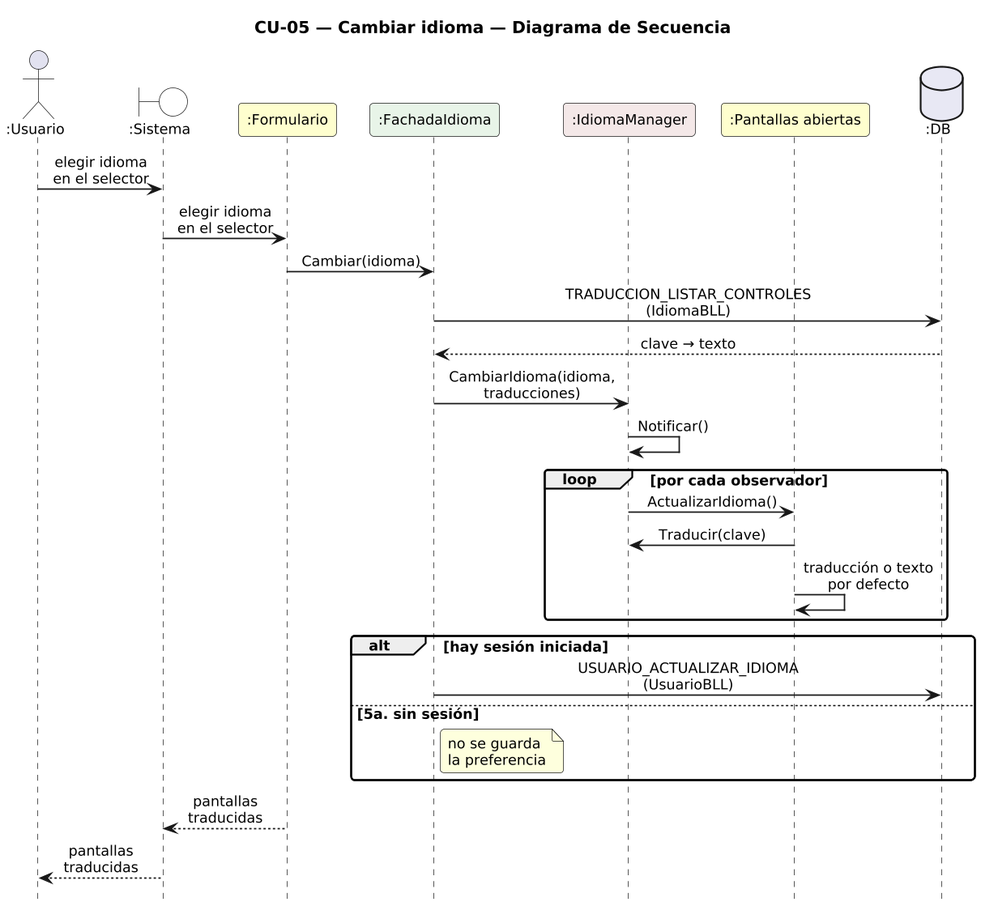
Before: DIAGRAMAS/DiagramaSecuencia_CU05_CambiarIdioma.png, a diagram exported from PlantUML (Urrels/ingenieria_software).
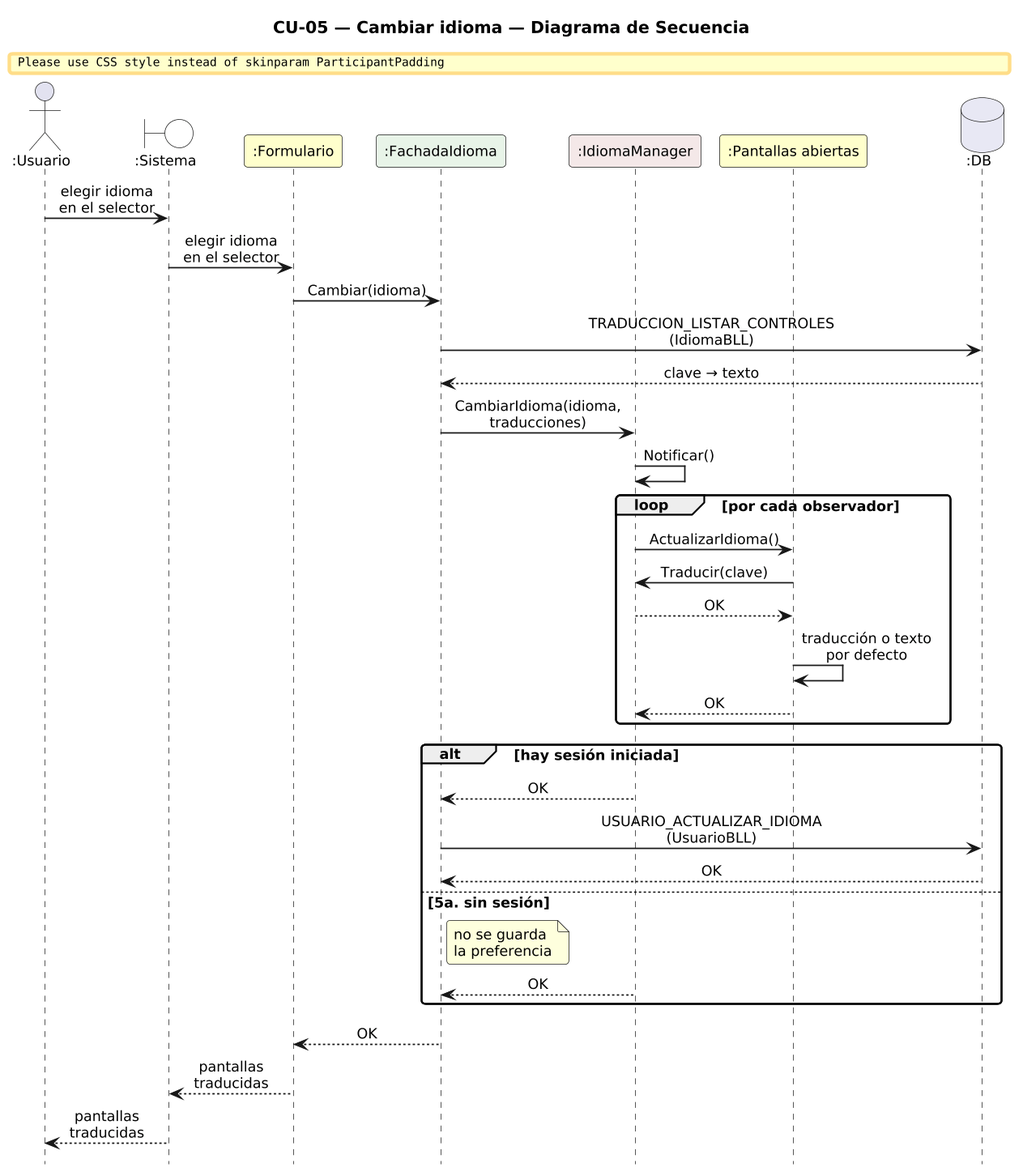
After the change.

What changed in the source:
```diff
@@ -31,13 +31,19 @@
 loop por cada observador
   IM -> O : ActualizarIdioma()
   O -> IM : Traducir(clave)
+  IM --> O : OK
   O -> O : traducción o texto\npor defecto
+  O --> IM : OK
 end
 alt hay sesión iniciada
+  IM --> FA : OK
   FA -> DB : USUARIO_ACTUALIZAR_IDIOMA\n(UsuarioBLL)
+  DB --> FA : OK
 else 5a. sin sesión
   note right of FA : no se guarda\nla preferencia
+  IM --> FA : OK
 end
+FA --> F : OK
 F --> SYS : pantallas traducidas
 SYS --> U : pantallas traducidas
 
```
